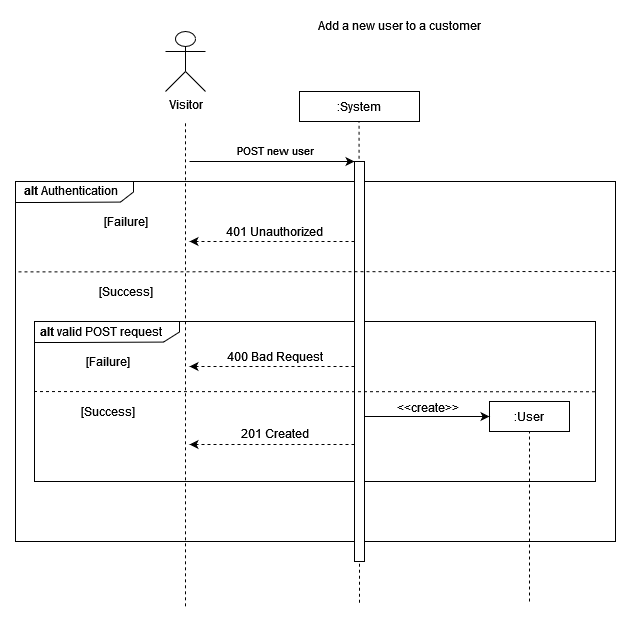
This is diagrams/sequence diagrams/P7 - Sequence diagram-Add a new user to a customer.drawio.png from GN4RK/P7, a draw.io export, as it was before one commit. Source tidied: cells renumbered, new cells last; positions are measured from the earlier drawing's top-left corner, leaving out a move shared by most shapes.
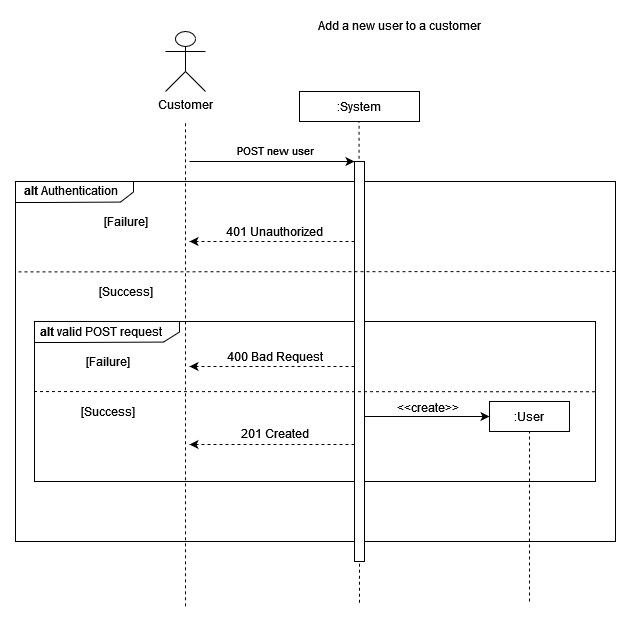
After the change.

The edit, as a diff of the source:
```diff
@@ -40,7 +40,7 @@
     <mxCell id="11" value="[Success]" style="text;html=1;align=center;verticalAlign=middle;strokeColor=none;fillColor=none;" parent="1" vertex="1">
       <mxGeometry x="80" y="271" width="70" height="20" as="geometry" />
     </mxCell>
-    <mxCell id="12" value="Visitor" style="shape=umlActor;verticalLabelPosition=bottom;verticalAlign=top;html=1;" parent="1" vertex="1">
+    <mxCell id="12" value="Customer" style="shape=umlActor;verticalLabelPosition=bottom;verticalAlign=top;html=1;" parent="1" vertex="1">
       <mxGeometry x="155" y="21" width="40" height="60" as="geometry" />
     </mxCell>
     <mxCell id="13" value="Add a new user to a customer" style="text;html=1;align=center;verticalAlign=middle;strokeColor=none;fillColor=none;" parent="1" vertex="1">
```
